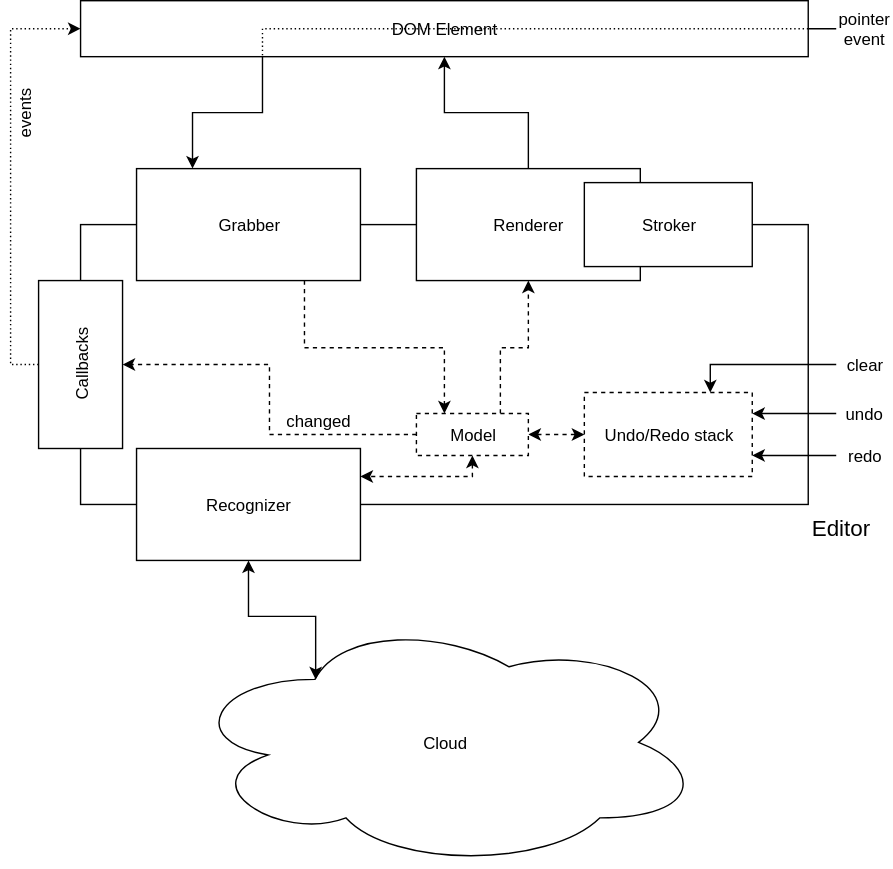
This is scheme.svg from MyScript/MyScriptJS, a draw.io export, as it was before one commit. Source tidied: cells renumbered, new cells last; positions are measured from the earlier drawing's top-left corner, leaving out a move shared by most shapes. The source it was exported from:
```xml
<mxGraphModel background="#ffffff">
  <root>
    <mxCell id="0" />
    <mxCell id="1" parent="0" />
    <mxCell id="2" value="&lt;div style=&quot;text-align: center&quot;&gt;&lt;font style=&quot;font-size: 16px&quot;&gt;Editor&lt;/font&gt;&lt;/div&gt;" style="rounded=0;whiteSpace=wrap;html=1;shadow=0;align=left;horizontal=1;verticalAlign=top;labelPosition=right;verticalLabelPosition=bottom;labelBackgroundColor=none;" parent="1" vertex="1">
      <mxGeometry x="60" y="160" width="520" height="200" as="geometry" />
    </mxCell>
    <mxCell id="3" style="edgeStyle=orthogonalEdgeStyle;rounded=0;html=1;exitX=1;exitY=0.5;startArrow=none;startFill=0;endArrow=none;endFill=0;jettySize=auto;" parent="1" edge="1" source="4" target="29">
      <mxGeometry relative="1" as="geometry" />
    </mxCell>
    <mxCell id="4" value="DOM Element" style="whiteSpace=wrap;html=1;rounded=0;shadow=0;" parent="1" vertex="1">
      <mxGeometry x="60" width="520" height="40" as="geometry" />
    </mxCell>
    <mxCell id="5" value="Cloud" style="ellipse;shape=cloud;whiteSpace=wrap;html=1;rounded=0;shadow=0;" parent="1" vertex="1">
      <mxGeometry x="135" y="440" width="370" height="180" as="geometry" />
    </mxCell>
    <mxCell id="6" style="edgeStyle=orthogonalEdgeStyle;rounded=0;html=1;exitX=0.25;exitY=0;entryX=0.25;entryY=1;startArrow=classic;startFill=1;endArrow=none;endFill=0;jettySize=auto;" parent="1" edge="1" source="8" target="4">
      <mxGeometry relative="1" as="geometry" />
    </mxCell>
    <mxCell id="7" style="edgeStyle=orthogonalEdgeStyle;rounded=0;html=1;exitX=0.75;exitY=1;entryX=0.25;entryY=0;dashed=1;startArrow=none;startFill=0;endArrow=classic;endFill=1;jettySize=auto;" parent="1" edge="1" source="8" target="22">
      <mxGeometry relative="1" as="geometry" />
    </mxCell>
    <mxCell id="8" value="Grabber" style="whiteSpace=wrap;html=1;rounded=0;shadow=0;" parent="1" vertex="1">
      <mxGeometry x="100" y="120" width="160" height="80" as="geometry" />
    </mxCell>
    <mxCell id="9" style="edgeStyle=orthogonalEdgeStyle;rounded=0;html=1;exitX=0.5;exitY=0;entryX=0.5;entryY=1;startArrow=none;startFill=0;endArrow=classic;endFill=1;jettySize=auto;" parent="1" edge="1" source="10" target="4">
      <mxGeometry relative="1" as="geometry" />
    </mxCell>
    <mxCell id="10" value="Renderer" style="whiteSpace=wrap;html=1;rounded=0;shadow=0;" parent="1" vertex="1">
      <mxGeometry x="300" y="120" width="160" height="80" as="geometry" />
    </mxCell>
    <mxCell id="11" value="Stroker" style="whiteSpace=wrap;html=1;rounded=0;shadow=0;labelBackgroundColor=none;" parent="1" vertex="1">
      <mxGeometry x="420" y="130" width="120" height="60" as="geometry" />
    </mxCell>
    <mxCell id="12" style="edgeStyle=orthogonalEdgeStyle;rounded=0;html=1;exitX=0.5;exitY=1;entryX=0.25;entryY=0.25;entryPerimeter=0;startArrow=classic;startFill=1;endArrow=classic;endFill=1;jettySize=auto;" parent="1" edge="1" source="13" target="5">
      <mxGeometry relative="1" as="geometry">
        <Array as="points">
          <mxPoint x="180" y="440" />
          <mxPoint x="228" y="440" />
        </Array>
      </mxGeometry>
    </mxCell>
    <mxCell id="13" value="Recognizer" style="whiteSpace=wrap;html=1;rounded=0;shadow=0;" parent="1" vertex="1">
      <mxGeometry x="100" y="320" width="160" height="80" as="geometry" />
    </mxCell>
    <mxCell id="14" style="edgeStyle=orthogonalEdgeStyle;rounded=0;html=1;exitX=1;exitY=0.25;startArrow=classic;startFill=1;endArrow=none;endFill=0;jettySize=auto;" parent="1" edge="1" source="17" target="26">
      <mxGeometry relative="1" as="geometry" />
    </mxCell>
    <mxCell id="15" style="edgeStyle=orthogonalEdgeStyle;rounded=0;html=1;exitX=1;exitY=0.75;startArrow=classic;startFill=1;endArrow=none;endFill=0;jettySize=auto;" parent="1" edge="1" source="17" target="25">
      <mxGeometry relative="1" as="geometry" />
    </mxCell>
    <mxCell id="16" style="edgeStyle=orthogonalEdgeStyle;rounded=0;html=1;exitX=0.75;exitY=0;startArrow=classic;startFill=1;endArrow=none;endFill=0;jettySize=auto;" parent="1" edge="1" source="17" target="27">
      <mxGeometry relative="1" as="geometry">
        <Array as="points">
          <mxPoint x="510" y="260" />
        </Array>
      </mxGeometry>
    </mxCell>
    <mxCell id="17" value="Undo/Redo stack" style="whiteSpace=wrap;html=1;rounded=0;shadow=0;strokeColor=#000000;dashed=1;" parent="1" vertex="1">
      <mxGeometry x="420" y="280" width="120" height="60" as="geometry" />
    </mxCell>
    <mxCell id="18" style="edgeStyle=orthogonalEdgeStyle;rounded=0;html=1;exitX=1;exitY=0.5;jettySize=auto;startArrow=classic;startFill=1;dashed=1;" parent="1" edge="1" source="22" target="17">
      <mxGeometry relative="1" as="geometry" />
    </mxCell>
    <mxCell id="19" style="edgeStyle=orthogonalEdgeStyle;rounded=0;html=1;exitX=0.5;exitY=1;entryX=1;entryY=0.25;startArrow=classic;startFill=1;endArrow=classic;endFill=1;jettySize=auto;dashed=1;" parent="1" edge="1" source="22" target="13">
      <mxGeometry relative="1" as="geometry">
        <Array as="points">
          <mxPoint x="340" y="340" />
        </Array>
      </mxGeometry>
    </mxCell>
    <mxCell id="20" style="edgeStyle=orthogonalEdgeStyle;rounded=0;html=1;exitX=0.75;exitY=0;entryX=0.5;entryY=1;dashed=1;startArrow=none;startFill=0;endArrow=classic;endFill=1;jettySize=auto;" parent="1" edge="1" source="22" target="10">
      <mxGeometry relative="1" as="geometry" />
    </mxCell>
    <mxCell id="21" style="edgeStyle=orthogonalEdgeStyle;rounded=0;html=1;exitX=0;exitY=0.5;entryX=0.5;entryY=1;dashed=1;startArrow=none;startFill=0;endArrow=classic;endFill=1;jettySize=auto;" parent="1" edge="1" source="22" target="24">
      <mxGeometry relative="1" as="geometry" />
    </mxCell>
    <mxCell id="22" value="Model" style="whiteSpace=wrap;html=1;rounded=0;shadow=0;strokeColor=#000000;dashed=1;" parent="1" vertex="1">
      <mxGeometry x="300" y="295" width="80" height="30" as="geometry" />
    </mxCell>
    <mxCell id="23" style="edgeStyle=orthogonalEdgeStyle;rounded=0;html=1;exitX=0.5;exitY=0;entryX=0;entryY=0.5;startArrow=none;startFill=0;endArrow=classic;endFill=1;jettySize=auto;dashed=1;dashPattern=1 2;" parent="1" edge="1" source="24" target="4">
      <mxGeometry relative="1" as="geometry" />
    </mxCell>
    <mxCell id="24" value="Callbacks" style="whiteSpace=wrap;html=1;rounded=0;shadow=0;strokeColor=#000000;rotation=-90;" parent="1" vertex="1">
      <mxGeometry y="230" width="120" height="60" as="geometry" />
    </mxCell>
    <mxCell id="25" value="redo" style="text;html=1;strokeColor=none;fillColor=none;align=center;verticalAlign=middle;whiteSpace=wrap;rounded=0;shadow=0;" parent="1" vertex="1">
      <mxGeometry x="600" y="315" width="40" height="20" as="geometry" />
    </mxCell>
    <mxCell id="26" value="undo" style="text;html=1;strokeColor=none;fillColor=none;align=center;verticalAlign=middle;whiteSpace=wrap;rounded=0;shadow=0;" parent="1" vertex="1">
      <mxGeometry x="600" y="285" width="40" height="20" as="geometry" />
    </mxCell>
    <mxCell id="27" value="clear" style="text;html=1;strokeColor=none;fillColor=none;align=center;verticalAlign=middle;whiteSpace=wrap;rounded=0;shadow=0;" parent="1" vertex="1">
      <mxGeometry x="600" y="250" width="40" height="20" as="geometry" />
    </mxCell>
    <mxCell id="28" style="edgeStyle=orthogonalEdgeStyle;rounded=0;html=1;exitX=1;exitY=0.5;entryX=0.25;entryY=1;startArrow=none;startFill=0;endArrow=none;endFill=0;jettySize=auto;orthogonalLoop=1;dashed=1;dashPattern=1 2;" parent="1" edge="1" source="4" target="4">
      <mxGeometry relative="1" as="geometry">
        <Array as="points">
          <mxPoint x="190" y="20" />
        </Array>
      </mxGeometry>
    </mxCell>
    <mxCell id="29" value="pointer event" style="text;html=1;strokeColor=none;fillColor=none;align=center;verticalAlign=middle;whiteSpace=wrap;rounded=0;shadow=0;" parent="1" vertex="1">
      <mxGeometry x="600" y="10" width="40" height="20" as="geometry" />
    </mxCell>
    <mxCell id="30" value="events" style="text;html=1;strokeColor=none;fillColor=none;align=center;verticalAlign=middle;whiteSpace=wrap;rounded=0;shadow=0;direction=west;rotation=-90;" parent="1" vertex="1">
      <mxGeometry y="71" width="40" height="20" as="geometry" />
    </mxCell>
    <mxCell id="31" value="changed" style="text;html=1;strokeColor=none;fillColor=none;align=center;verticalAlign=middle;whiteSpace=wrap;rounded=0;shadow=0;dashed=1;" parent="1" vertex="1">
      <mxGeometry x="210" y="290" width="40" height="20" as="geometry" />
    </mxCell>
  </root>
</mxGraphModel>
```
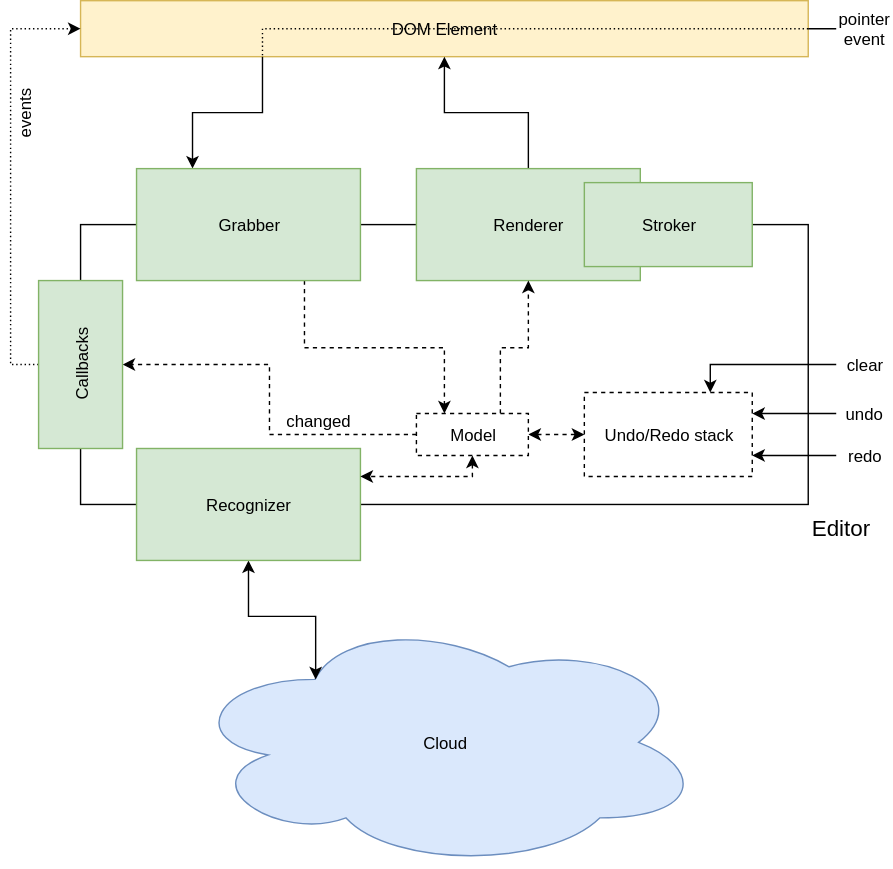
The same diagram one commit later.

Change to the diagram source:
```diff
@@ -2,16 +2,23 @@
   <root>
     <mxCell id="0" />
     <mxCell id="1" parent="0" />
+    <mxCell id="4" value="DOM Element" style="whiteSpace=wrap;html=1;rounded=0;shadow=0;fillColor=#fff2cc;strokeColor=#d6b656;" parent="1" vertex="1">
+      <mxGeometry x="60" width="520" height="40" as="geometry" />
+    </mxCell>
+    <mxCell id="28" style="edgeStyle=orthogonalEdgeStyle;rounded=0;html=1;exitX=1;exitY=0.5;entryX=0.25;entryY=1;startArrow=none;startFill=0;endArrow=none;endFill=0;jettySize=auto;orthogonalLoop=1;dashed=1;dashPattern=1 2;" parent="1" edge="1" source="4" target="4">
+      <mxGeometry relative="1" as="geometry">
+        <Array as="points">
+          <mxPoint x="190" y="20" />
+        </Array>
+      </mxGeometry>
+    </mxCell>
-    <mxCell id="2" value="&lt;div style=&quot;text-align: center&quot;&gt;&lt;font style=&quot;font-size: 16px&quot;&gt;Editor&lt;/font&gt;&lt;/div&gt;" style="rounded=0;whiteSpace=wrap;html=1;shadow=0;align=left;horizontal=1;verticalAlign=top;labelPosition=right;verticalLabelPosition=bottom;labelBackgroundColor=none;" parent="1" vertex="1">
+    <mxCell id="2" value="&lt;div style=&quot;text-align: center&quot;&gt;&lt;font style=&quot;font-size: 16px&quot;&gt;Editor&lt;/font&gt;&lt;/div&gt;" style="rounded=0;whiteSpace=wrap;html=1;shadow=0;align=left;horizontal=1;verticalAlign=top;labelPosition=right;verticalLabelPosition=bottom;labelBackgroundColor=none;fillColor=#ffffff;strokeColor=#000000;" parent="1" vertex="1">
       <mxGeometry x="60" y="160" width="520" height="200" as="geometry" />
     </mxCell>
     <mxCell id="3" style="edgeStyle=orthogonalEdgeStyle;rounded=0;html=1;exitX=1;exitY=0.5;startArrow=none;startFill=0;endArrow=none;endFill=0;jettySize=auto;" parent="1" edge="1" source="4" target="29">
       <mxGeometry relative="1" as="geometry" />
     </mxCell>
-    <mxCell id="4" value="DOM Element" style="whiteSpace=wrap;html=1;rounded=0;shadow=0;" parent="1" vertex="1">
-      <mxGeometry x="60" width="520" height="40" as="geometry" />
-    </mxCell>
-    <mxCell id="5" value="Cloud" style="ellipse;shape=cloud;whiteSpace=wrap;html=1;rounded=0;shadow=0;" parent="1" vertex="1">
+    <mxCell id="5" value="Cloud" style="ellipse;shape=cloud;whiteSpace=wrap;html=1;rounded=0;shadow=0;fillColor=#dae8fc;strokeColor=#6c8ebf;" parent="1" vertex="1">
       <mxGeometry x="135" y="440" width="370" height="180" as="geometry" />
     </mxCell>
     <mxCell id="6" style="edgeStyle=orthogonalEdgeStyle;rounded=0;html=1;exitX=0.25;exitY=0;entryX=0.25;entryY=1;startArrow=classic;startFill=1;endArrow=none;endFill=0;jettySize=auto;" parent="1" edge="1" source="8" target="4">
@@ -20,16 +27,16 @@
     <mxCell id="7" style="edgeStyle=orthogonalEdgeStyle;rounded=0;html=1;exitX=0.75;exitY=1;entryX=0.25;entryY=0;dashed=1;startArrow=none;startFill=0;endArrow=classic;endFill=1;jettySize=auto;" parent="1" edge="1" source="8" target="22">
       <mxGeometry relative="1" as="geometry" />
     </mxCell>
-    <mxCell id="8" value="Grabber" style="whiteSpace=wrap;html=1;rounded=0;shadow=0;" parent="1" vertex="1">
+    <mxCell id="8" value="Grabber" style="whiteSpace=wrap;html=1;rounded=0;shadow=0;fillColor=#d5e8d4;strokeColor=#82b366;" parent="1" vertex="1">
       <mxGeometry x="100" y="120" width="160" height="80" as="geometry" />
     </mxCell>
     <mxCell id="9" style="edgeStyle=orthogonalEdgeStyle;rounded=0;html=1;exitX=0.5;exitY=0;entryX=0.5;entryY=1;startArrow=none;startFill=0;endArrow=classic;endFill=1;jettySize=auto;" parent="1" edge="1" source="10" target="4">
       <mxGeometry relative="1" as="geometry" />
     </mxCell>
-    <mxCell id="10" value="Renderer" style="whiteSpace=wrap;html=1;rounded=0;shadow=0;" parent="1" vertex="1">
+    <mxCell id="10" value="Renderer" style="whiteSpace=wrap;html=1;rounded=0;shadow=0;fillColor=#d5e8d4;strokeColor=#82b366;" parent="1" vertex="1">
       <mxGeometry x="300" y="120" width="160" height="80" as="geometry" />
     </mxCell>
-    <mxCell id="11" value="Stroker" style="whiteSpace=wrap;html=1;rounded=0;shadow=0;labelBackgroundColor=none;" parent="1" vertex="1">
+    <mxCell id="11" value="Stroker" style="whiteSpace=wrap;html=1;rounded=0;shadow=0;labelBackgroundColor=none;fillColor=#d5e8d4;strokeColor=#82b366;" parent="1" vertex="1">
       <mxGeometry x="420" y="130" width="120" height="60" as="geometry" />
     </mxCell>
     <mxCell id="12" style="edgeStyle=orthogonalEdgeStyle;rounded=0;html=1;exitX=0.5;exitY=1;entryX=0.25;entryY=0.25;entryPerimeter=0;startArrow=classic;startFill=1;endArrow=classic;endFill=1;jettySize=auto;" parent="1" edge="1" source="13" target="5">
@@ -40,7 +47,7 @@
         </Array>
       </mxGeometry>
     </mxCell>
-    <mxCell id="13" value="Recognizer" style="whiteSpace=wrap;html=1;rounded=0;shadow=0;" parent="1" vertex="1">
+    <mxCell id="13" value="Recognizer" style="whiteSpace=wrap;html=1;rounded=0;shadow=0;fillColor=#d5e8d4;strokeColor=#82b366;" parent="1" vertex="1">
       <mxGeometry x="100" y="320" width="160" height="80" as="geometry" />
     </mxCell>
     <mxCell id="14" style="edgeStyle=orthogonalEdgeStyle;rounded=0;html=1;exitX=1;exitY=0.25;startArrow=classic;startFill=1;endArrow=none;endFill=0;jettySize=auto;" parent="1" edge="1" source="17" target="26">
@@ -81,7 +88,7 @@
     <mxCell id="23" style="edgeStyle=orthogonalEdgeStyle;rounded=0;html=1;exitX=0.5;exitY=0;entryX=0;entryY=0.5;startArrow=none;startFill=0;endArrow=classic;endFill=1;jettySize=auto;dashed=1;dashPattern=1 2;" parent="1" edge="1" source="24" target="4">
       <mxGeometry relative="1" as="geometry" />
     </mxCell>
-    <mxCell id="24" value="Callbacks" style="whiteSpace=wrap;html=1;rounded=0;shadow=0;strokeColor=#000000;rotation=-90;" parent="1" vertex="1">
+    <mxCell id="24" value="Callbacks" style="whiteSpace=wrap;html=1;rounded=0;shadow=0;strokeColor=#82b366;rotation=-90;fillColor=#d5e8d4;" parent="1" vertex="1">
       <mxGeometry y="230" width="120" height="60" as="geometry" />
     </mxCell>
     <mxCell id="25" value="redo" style="text;html=1;strokeColor=none;fillColor=none;align=center;verticalAlign=middle;whiteSpace=wrap;rounded=0;shadow=0;" parent="1" vertex="1">
@@ -93,13 +100,6 @@
     <mxCell id="27" value="clear" style="text;html=1;strokeColor=none;fillColor=none;align=center;verticalAlign=middle;whiteSpace=wrap;rounded=0;shadow=0;" parent="1" vertex="1">
       <mxGeometry x="600" y="250" width="40" height="20" as="geometry" />
     </mxCell>
-    <mxCell id="28" style="edgeStyle=orthogonalEdgeStyle;rounded=0;html=1;exitX=1;exitY=0.5;entryX=0.25;entryY=1;startArrow=none;startFill=0;endArrow=none;endFill=0;jettySize=auto;orthogonalLoop=1;dashed=1;dashPattern=1 2;" parent="1" edge="1" source="4" target="4">
-      <mxGeometry relative="1" as="geometry">
-        <Array as="points">
-          <mxPoint x="190" y="20" />
-        </Array>
-      </mxGeometry>
-    </mxCell>
     <mxCell id="29" value="pointer event" style="text;html=1;strokeColor=none;fillColor=none;align=center;verticalAlign=middle;whiteSpace=wrap;rounded=0;shadow=0;" parent="1" vertex="1">
       <mxGeometry x="600" y="10" width="40" height="20" as="geometry" />
     </mxCell>
```
